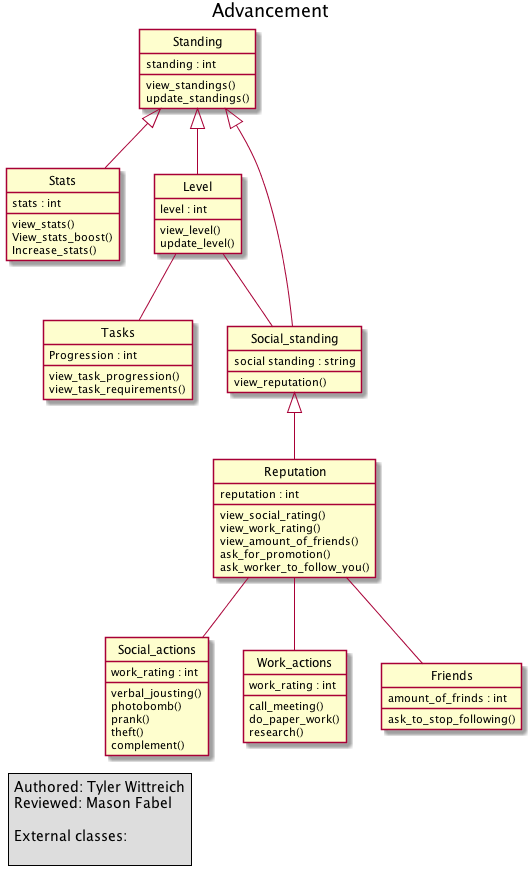
Above: doc/advancement.png in CS383-Team1/class-diagrams (PlantUML), before the change. The source it was exported from:
```plantuml
@startuml

title Advancement
hide circles

legend left
	Authored: Tyler Wittreich
	Reviewed: Mason Fabel

	External classes:

endlegend




class Standing {
view_standings()
update_standings()
standing : int
}



class Stats{
view_stats()
View_stats_boost()
Increase_stats()
stats : int
}

class Level {
level : int
view_level()
update_level()
}



class Tasks{
view_task_progression()
view_task_requirements()
Progression : int
}

class Social_standing{
social standing : string
view_reputation()
}


class Reputation{
reputation : int
view_social_rating()
view_work_rating()
view_amount_of_friends()
ask_for_promotion()
ask_worker_to_follow_you()
}


class Social_actions{
work_rating : int
verbal_jousting()
photobomb()
prank()
theft()
complement()
}

class Work_actions{
work_rating : int
call_meeting()
do_paper_work()
research()
}

class Friends{
amount_of_frinds : int
ask_to_stop_following()
}




Social_standing <|-- Reputation

Reputation -- Work_actions
Reputation -- Social_actions
Reputation -- Friends

Standing <|-- Level
Standing <|-- Social_standing
Standing <|-- Stats


Level -- Tasks
Level -- Social_standing


@enduml
```
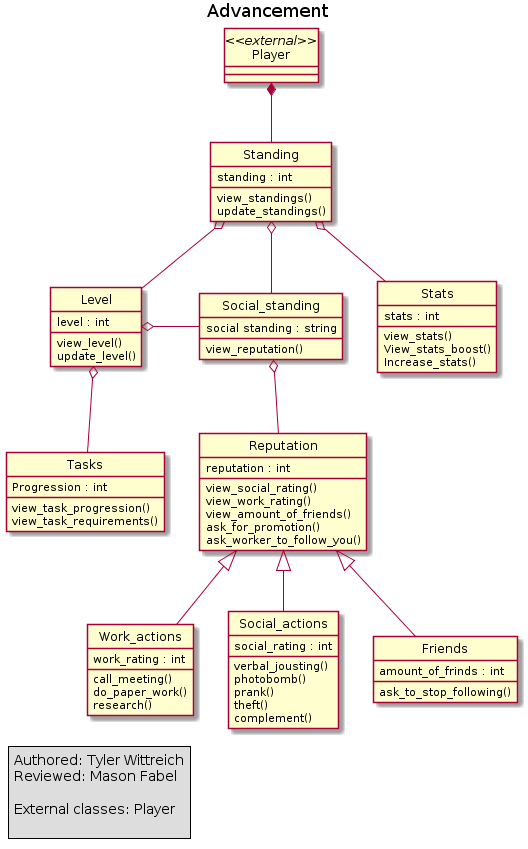
The same file after the commit.

Commit message:
uploaded correct png. The last one was a previous version

Change to the diagram source:
```diff
@@ -1,5 +1,4 @@
 @startuml
-
 title Advancement
 hide circles
 
@@ -7,10 +6,11 @@
 	Authored: Tyler Wittreich
 	Reviewed: Mason Fabel
 
-	External classes:
+	External classes: Player
 
 endlegend
 
+class Player <<external>>
 
 
 
@@ -60,7 +60,7 @@
 
 
 class Social_actions{
-work_rating : int
+social_rating : int
 verbal_jousting()
 photobomb()
 prank()
@@ -83,19 +83,19 @@
 
 
 
-Social_standing <|-- Reputation
+Social_standing o-- Reputation
 
-Reputation -- Work_actions
-Reputation -- Social_actions
-Reputation -- Friends
+Reputation <|-- Work_actions
+Reputation <|-- Social_actions
+Reputation <|-- Friends
 
-Standing <|-- Level
-Standing <|-- Social_standing
-Standing <|-- Stats
+Standing o-- Level
+Standing o-- Social_standing
+Standing o-- Stats
 
 
-Level -- Tasks
-Level -- Social_standing
+Level o-- Tasks
+Level o--right- Social_standing
 
-
+Player *-- Standing
 @enduml
```
